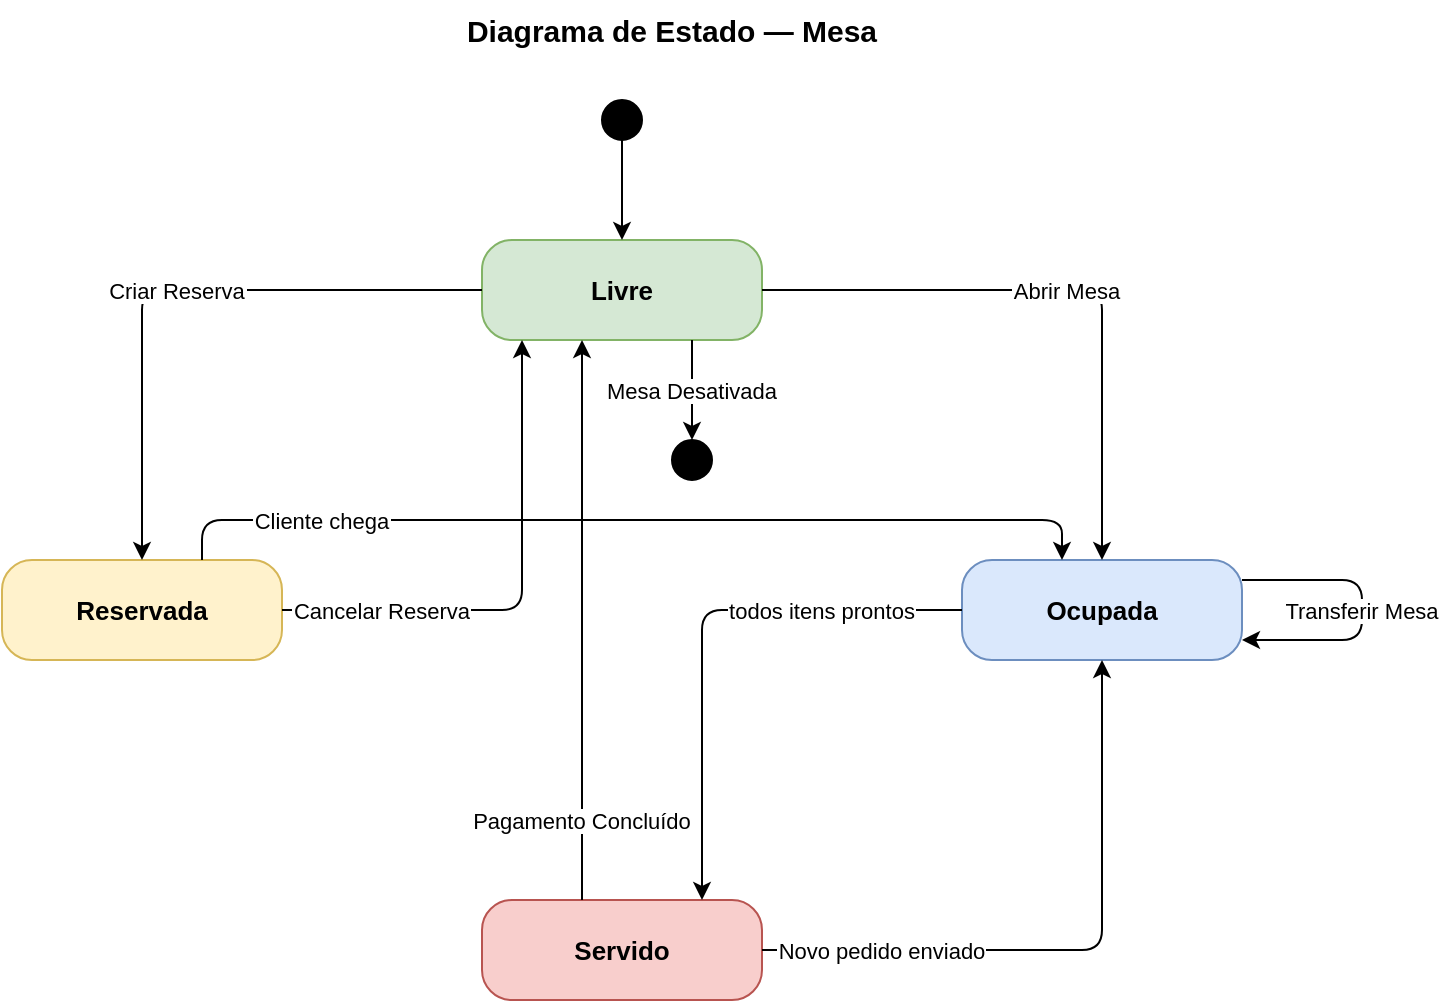
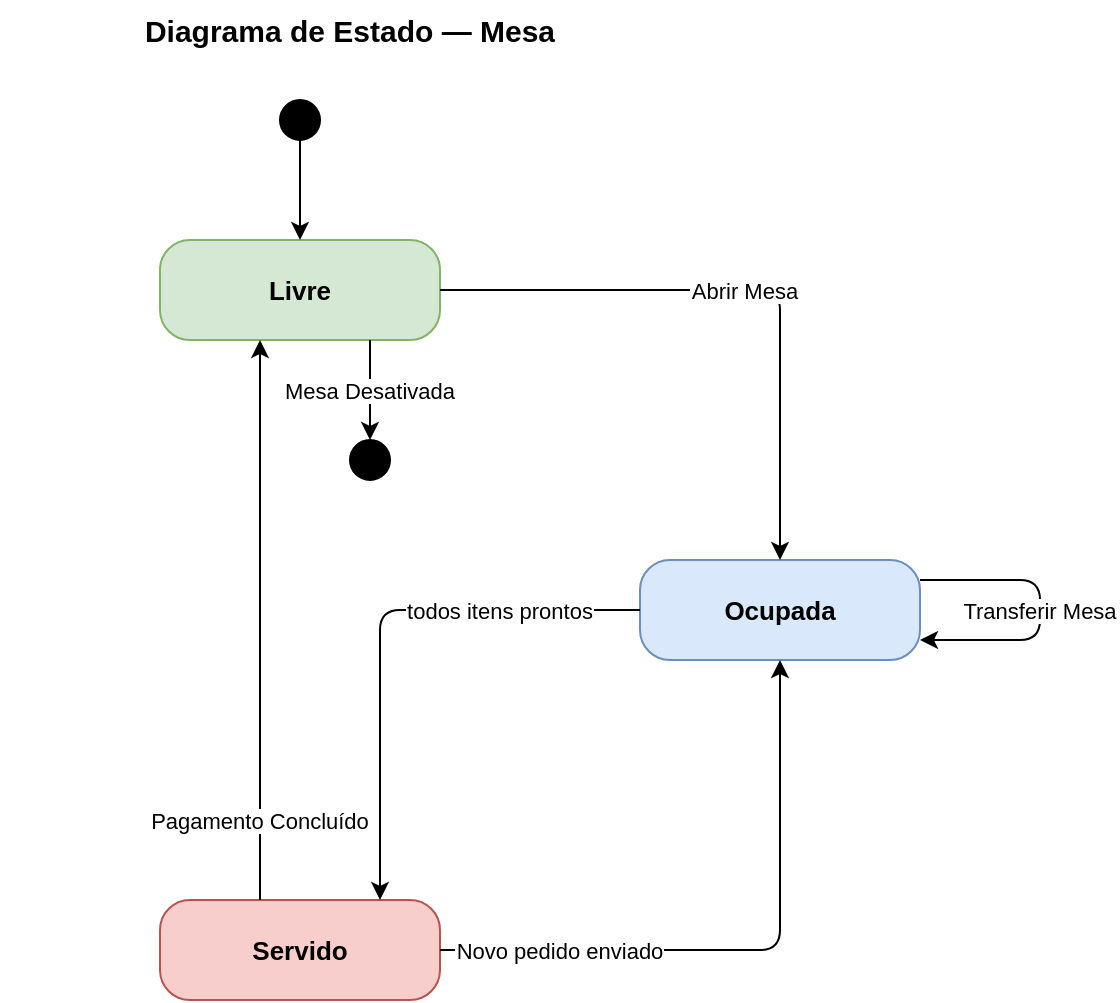
<mxfile host="Electron">
  <diagram id="eJkR1MlmNVRuff6quzkh" name="Page-1">
-     <mxGraphModel dx="728" dy="884" grid="1" gridSize="10" guides="1" tooltips="1" connect="1" arrows="1" fold="1" page="1" pageScale="1" pageWidth="850" pageHeight="700" math="0" shadow="0">
+     <mxGraphModel dx="616" dy="539" grid="1" gridSize="10" guides="1" tooltips="1" connect="1" arrows="1" fold="1" page="1" pageScale="1" pageWidth="850" pageHeight="700" math="0" shadow="0">
      <root>
        <mxCell id="0" />
        <mxCell id="1" parent="0" />
        <mxCell id="t1" parent="1" style="text;html=1;strokeColor=none;fillColor=none;align=center;verticalAlign=middle;whiteSpace=wrap;fontSize=15;fontStyle=1;" value="Diagrama de Estado — Mesa" vertex="1">
          <mxGeometry height="30" width="350" x="250" y="10" as="geometry" />
        </mxCell>
        <mxCell id="init" parent="1" style="ellipse;aspect=fixed;fillColor=#000000;strokeColor=#000000;" value="" vertex="1">
          <mxGeometry height="20" width="20" x="390" y="60" as="geometry" />
        </mxCell>
        <mxCell id="livre" parent="1" style="rounded=1;whiteSpace=wrap;html=1;arcSize=30;fillColor=#d5e8d4;strokeColor=#82b366;fontSize=13;" value="&lt;b&gt;Livre&lt;/b&gt;" vertex="1">
          <mxGeometry height="50" width="140" x="330" y="130" as="geometry" />
-         </mxCell>
-         <mxCell id="reservada" parent="1" style="rounded=1;whiteSpace=wrap;html=1;arcSize=30;fillColor=#fff2cc;strokeColor=#d6b656;fontSize=13;" value="&lt;b&gt;Reservada&lt;/b&gt;" vertex="1">
-           <mxGeometry height="50" width="140" x="90" y="290" as="geometry" />
        </mxCell>
        <mxCell id="ocupada" parent="1" style="rounded=1;whiteSpace=wrap;html=1;arcSize=30;fillColor=#dae8fc;strokeColor=#6c8ebf;fontSize=13;" value="&lt;b&gt;Ocupada&lt;/b&gt;" vertex="1">
          <mxGeometry height="50" width="140" x="570" y="290" as="geometry" />
        </mxCell>
        <mxCell id="aguarda" parent="1" style="rounded=1;whiteSpace=wrap;html=1;arcSize=30;fillColor=#f8cecc;strokeColor=#b85450;fontSize=13;" value="&lt;b&gt;Servido&lt;/b&gt;" vertex="1">
          <mxGeometry height="50" width="140" x="330" y="460" as="geometry" />
        </mxCell>
        <mxCell id="fin" parent="1" style="ellipse;aspect=fixed;fillColor=#000000;strokeColor=#000000;shape=doubleEllipse;" value="" vertex="1">
          <mxGeometry height="20" width="20" x="425" y="230" as="geometry" />
        </mxCell>
        <mxCell id="e0" edge="1" parent="1" source="init" target="livre">
          <mxGeometry relative="1" as="geometry" />
        </mxCell>
-         <mxCell id="e1" edge="1" parent="1" source="livre" style="edgeStyle=orthogonalEdgeStyle;" target="reservada" value="Criar Reserva">
-           <mxGeometry relative="1" as="geometry" />
-         </mxCell>
-         <mxCell id="e2" edge="1" parent="1" source="reservada" style="edgeStyle=orthogonalEdgeStyle;" target="livre" value="Cancelar Reserva">
-           <mxGeometry relative="1" x="-0.6066" as="geometry">
-             <mxPoint as="offset" />
-             <Array as="points">
-               <mxPoint x="350" y="315" />
-             </Array>
-           </mxGeometry>
-         </mxCell>
        <mxCell id="e3" edge="1" parent="1" source="livre" style="edgeStyle=orthogonalEdgeStyle;" target="ocupada" value="Abrir Mesa">
          <mxGeometry relative="1" as="geometry" />
-         </mxCell>
-         <mxCell id="e4" edge="1" parent="1" source="reservada" style="edgeStyle=orthogonalEdgeStyle;" target="ocupada" value="Cliente chega">
-           <mxGeometry relative="1" x="-0.6595" as="geometry">
-             <mxPoint as="offset" />
-             <Array as="points">
-               <mxPoint x="190" y="270" />
-               <mxPoint x="620" y="270" />
-             </Array>
-           </mxGeometry>
        </mxCell>
        <mxCell id="e5" edge="1" parent="1" source="ocupada" style="edgeStyle=orthogonalEdgeStyle;" target="ocupada" value="Transferir Mesa">
          <mxGeometry relative="1" as="geometry">
            <Array as="points">
              <mxPoint x="770" y="330" />
            </Array>
          </mxGeometry>
        </mxCell>
        <mxCell id="e6" edge="1" parent="1" source="ocupada" style="edgeStyle=orthogonalEdgeStyle;" target="aguarda" value="todos itens prontos">
          <mxGeometry relative="1" x="-0.4921" as="geometry">
            <mxPoint as="offset" />
            <Array as="points">
              <mxPoint x="440" y="315" />
            </Array>
          </mxGeometry>
        </mxCell>
        <mxCell id="e7" edge="1" parent="1" source="aguarda" style="edgeStyle=orthogonalEdgeStyle;" target="ocupada" value="Novo pedido enviado">
          <mxGeometry relative="1" x="-0.6191" as="geometry">
            <mxPoint as="offset" />
          </mxGeometry>
        </mxCell>
        <mxCell id="e8" edge="1" parent="1" source="aguarda" style="edgeStyle=orthogonalEdgeStyle;" target="livre" value="Pagamento Concluído">
          <mxGeometry relative="1" x="-0.7143" as="geometry">
            <mxPoint as="offset" />
            <Array as="points">
              <mxPoint x="380" y="320" />
              <mxPoint x="380" y="320" />
            </Array>
          </mxGeometry>
        </mxCell>
        <mxCell id="e9" edge="1" parent="1" source="livre" style="edgeStyle=orthogonalEdgeStyle;exitX=0.75;exitY=1;exitDx=0;exitDy=0;" target="fin" value="Mesa Desativada">
          <mxGeometry relative="1" as="geometry" />
        </mxCell>
      </root>
    </mxGraphModel>
  </diagram>
</mxfile>
